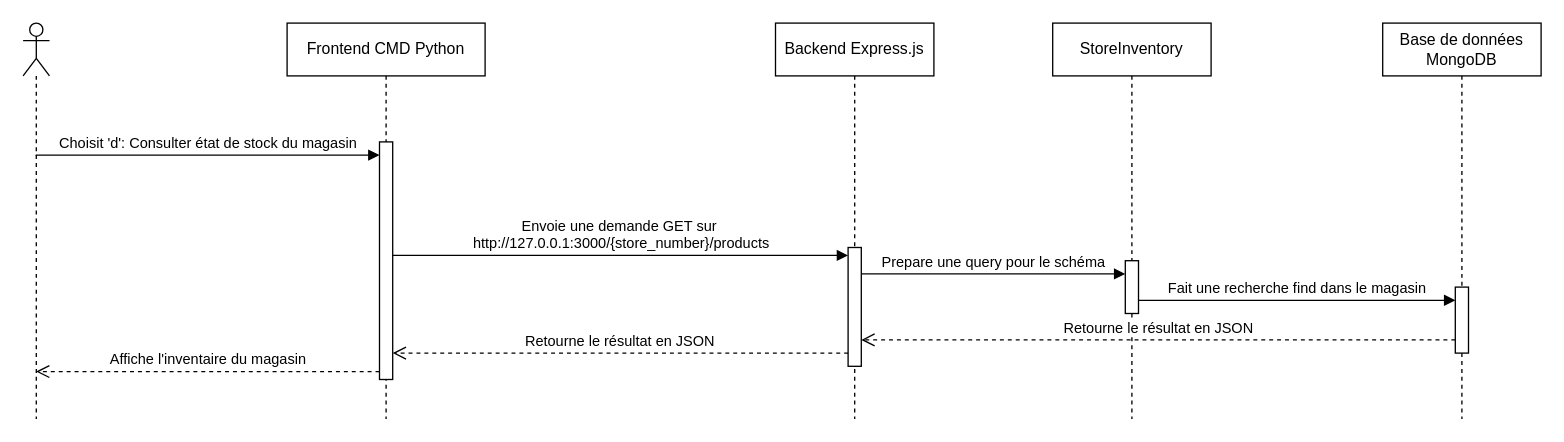
This is docs/UML/Vues_de_processus/diag_voir_stock_magasin.drawio from PraMaks/LOG430_Labo_0, a draw.io file, before an edit. Source tidied: cells renumbered, new cells numbered last; positions are measured from the earlier drawing's top-left corner, leaving out a move shared by most shapes. Both pictures are drawn from the tidied source at 132%, with x=0, y=0 at pixel (22, 22).
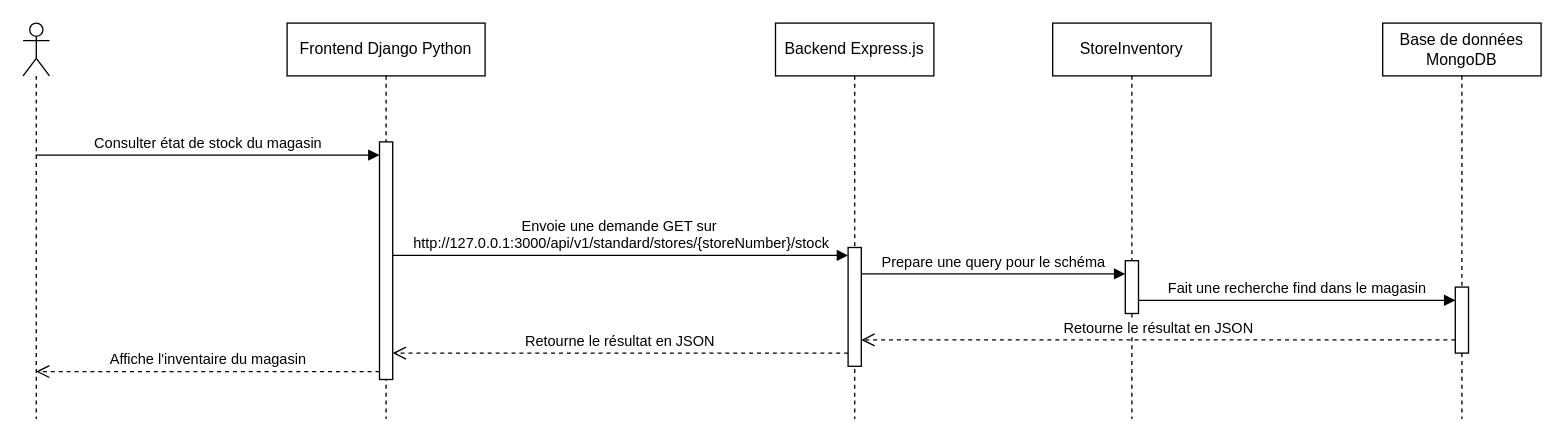
The same page after the edit.

The change refers to these unchanged cells:
```xml
<mxCell id="3" style="html=1;points=[];perimeter=orthogonalPerimeter;outlineConnect=0;targetShapes=umlLifeline;portConstraint=eastwest;newEdgeStyle={&quot;edgeStyle&quot;:&quot;elbowEdgeStyle&quot;,&quot;elbow&quot;:&quot;vertical&quot;,&quot;curved&quot;:0,&quot;rounded&quot;:0};" parent="2" vertex="1">
  <mxGeometry x="70" y="90" width="10" height="180" as="geometry" />
</mxCell>
<mxCell id="5" style="shape=umlLifeline;perimeter=lifelinePerimeter;whiteSpace=wrap;html=1;outlineConnect=0;portConstraint=eastwest;newEdgeStyle={&quot;curved&quot;:0,&quot;rounded&quot;:0};participant=umlActor;" parent="1" vertex="1">
  <mxGeometry width="20" height="300" as="geometry" />
</mxCell>
```

What changed in the source:
```diff
@@
-    <mxCell id="2" value="Frontend CMD Python" style="shape=umlLifeline;perimeter=lifelinePerimeter;whiteSpace=wrap;html=1;newEdgeStyle={&quot;edgeStyle&quot;:&quot;elbowEdgeStyle&quot;,&quot;elbow&quot;:&quot;vertical&quot;,&quot;curved&quot;:0,&quot;rounded&quot;:0};" parent="1" vertex="1">
+    <mxCell id="2" value="Frontend Django Python" style="shape=umlLifeline;perimeter=lifelinePerimeter;whiteSpace=wrap;html=1;newEdgeStyle={&quot;edgeStyle&quot;:&quot;elbowEdgeStyle&quot;,&quot;elbow&quot;:&quot;vertical&quot;,&quot;curved&quot;:0,&quot;rounded&quot;:0};" parent="1" vertex="1">
       <mxGeometry x="200" width="150" height="300" as="geometry" />
     </mxCell>
@@
-    <mxCell id="4" value="Choisit 'd': Consulter état de stock du magasin" style="html=1;verticalAlign=bottom;endArrow=block;edgeStyle=elbowEdgeStyle;elbow=vertical;curved=0;rounded=0;" parent="1" edge="1" source="5" target="3">
+    <mxCell id="4" value="Consulter état de stock du magasin" style="html=1;verticalAlign=bottom;endArrow=block;edgeStyle=elbowEdgeStyle;elbow=horizontal;curved=0;rounded=0;" parent="1" edge="1" source="5" target="3">
       <mxGeometry relative="1" as="geometry">
         <Array as="points">
           <mxPoint x="105" y="100" />
         </Array>
       </mxGeometry>
     </mxCell>
@@
-    <mxCell id="12" value="Envoie une demande GET sur&amp;nbsp;&lt;div&gt;http://127.0.0.1:3000/{store_number}/products&lt;/div&gt;" style="html=1;verticalAlign=bottom;endArrow=block;edgeStyle=elbowEdgeStyle;elbow=vertical;curved=0;rounded=0;" parent="1" edge="1" source="3">
+    <mxCell id="12" value="Envoie une demande GET sur&amp;nbsp;&lt;div&gt;http://127.0.0.1:3000/api/v1/standard/stores/{storeNumber}/stock&lt;/div&gt;" style="html=1;verticalAlign=bottom;endArrow=block;edgeStyle=elbowEdgeStyle;elbow=vertical;curved=0;rounded=0;" parent="1" edge="1" source="3">
       <mxGeometry relative="1" as="geometry">
         <mxPoint x="625" y="176" as="targetPoint" />
         <Array as="points">
           <mxPoint x="385.5" y="176" />
         </Array>
       </mxGeometry>
     </mxCell>
```
